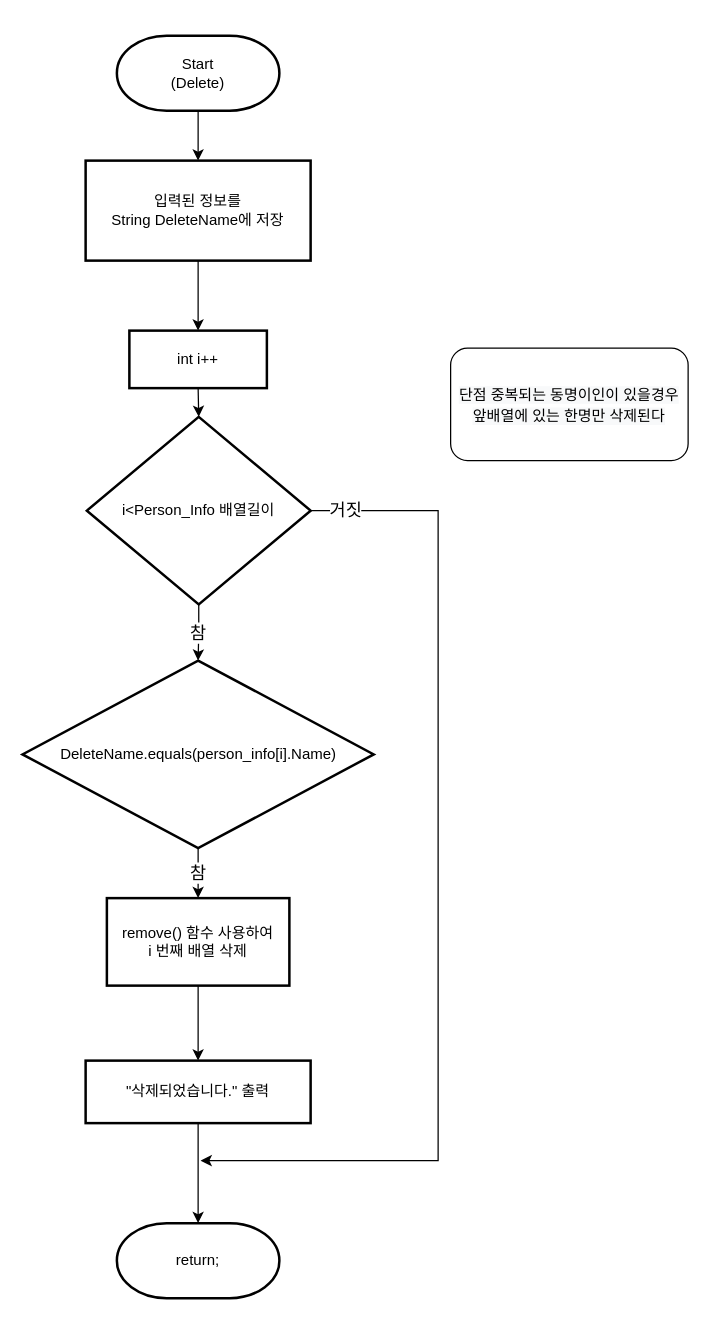
The draw.io diagram 순서도/Delete 기능_java.drawio in skatld123/PH_list_java, before the edit. Source tidied: cells renumbered, new cells numbered last; positions are measured from the earlier drawing's top-left corner, leaving out a move shared by most shapes. Both pictures are drawn from the tidied source at 125%, with x=0, y=0 at pixel (22, 35).
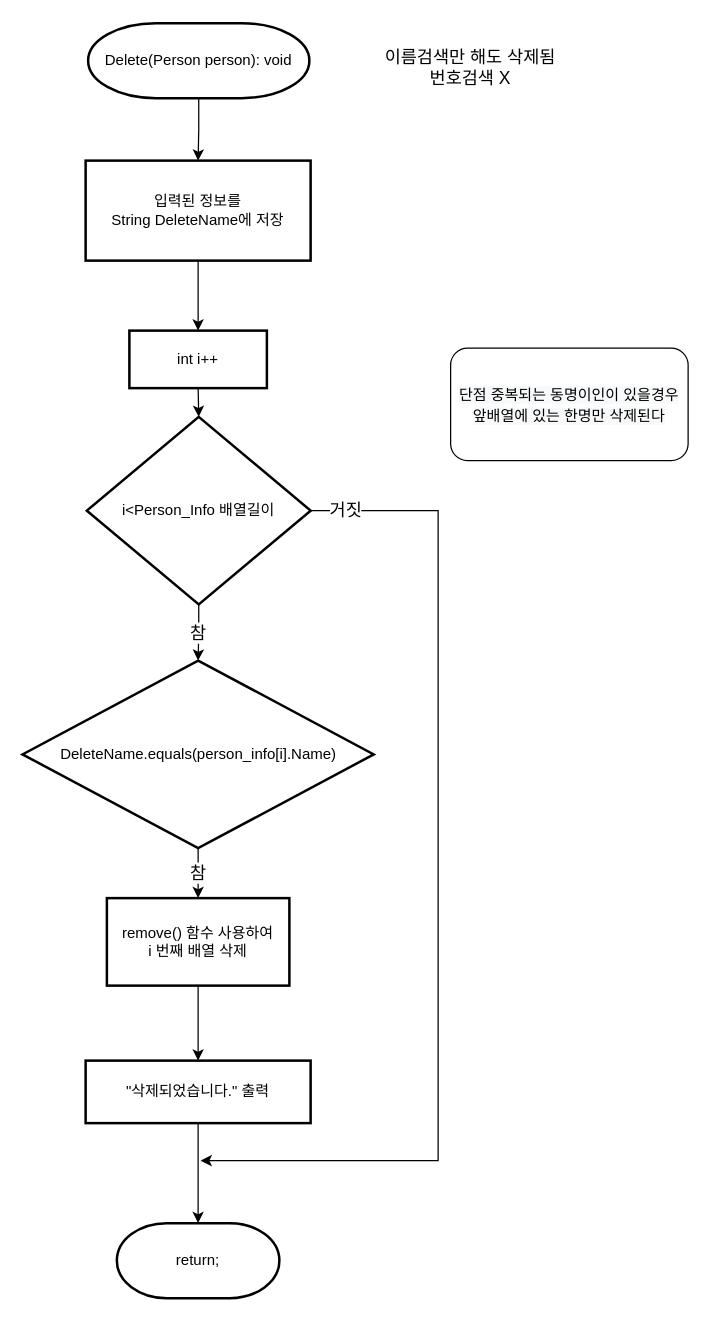
The same diagram, later.

Commit message:
Delete 기능_java.drawio 업데이트

The edit, as a diff of the source:
```diff
@@
-    <mxCell id="5" value="Start&lt;br&gt;(Delete)" style="strokeWidth=2;html=1;shape=mxgraph.flowchart.terminator;whiteSpace=wrap;" parent="1" vertex="1">
-      <mxGeometry x="75" width="130" height="60" as="geometry" />
+    <mxCell id="5" value="&lt;span style=&quot;text-align: left&quot;&gt;Delete(Person person): void&lt;/span&gt;" style="strokeWidth=2;html=1;shape=mxgraph.flowchart.terminator;whiteSpace=wrap;" parent="1" vertex="1">
+      <mxGeometry x="52" y="-10" width="177" height="60" as="geometry" />
     </mxCell>
@@
+    <mxCell id="19" value="이름검색만 해도 삭제됨&lt;br&gt;번호검색 X" style="text;html=1;strokeColor=none;fillColor=none;align=center;verticalAlign=middle;whiteSpace=wrap;rounded=0;fontSize=14;" parent="1" vertex="1">
+      <mxGeometry x="272" y="-10" width="171.5" height="70" as="geometry" />
+    </mxCell>
```
